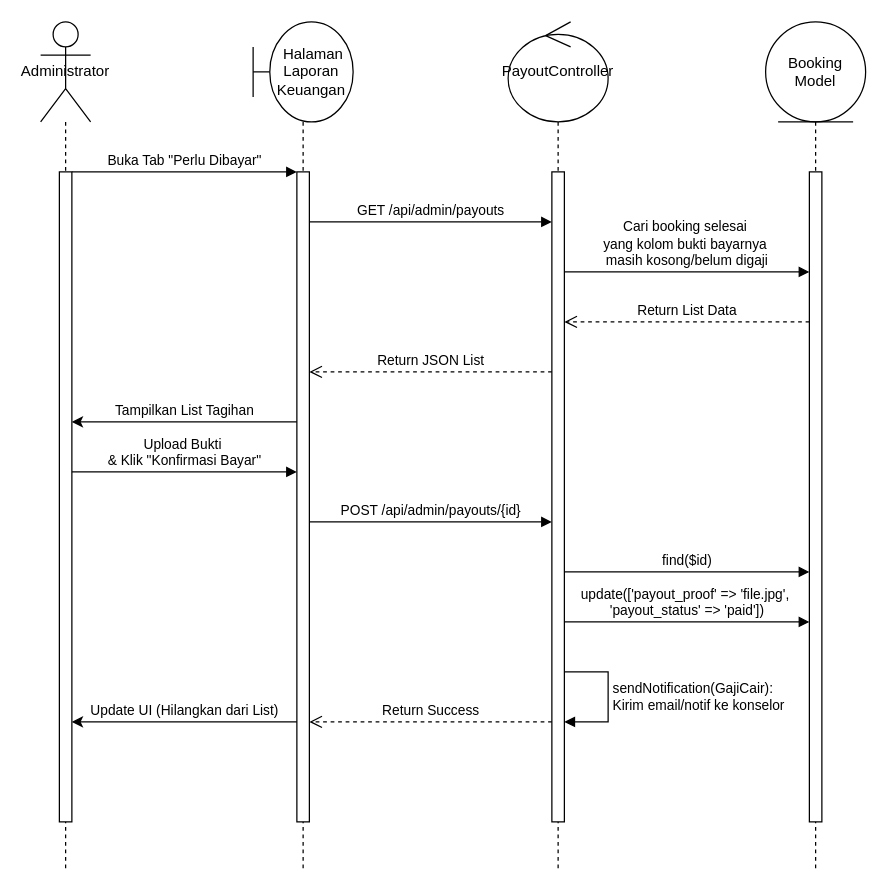
UlulAzmiALatala/moodly-app keeps this draw.io diagram as Pengelolaan Payout (Gaji Konselor).drawio. Above is the earlier version. Source tidied: cells renumbered, new cells numbered last; positions are measured from the earlier drawing's top-left corner, leaving out a move shared by most shapes. Both pictures are drawn from the tidied source at 125%, with x=0, y=0 at pixel (40, 21).
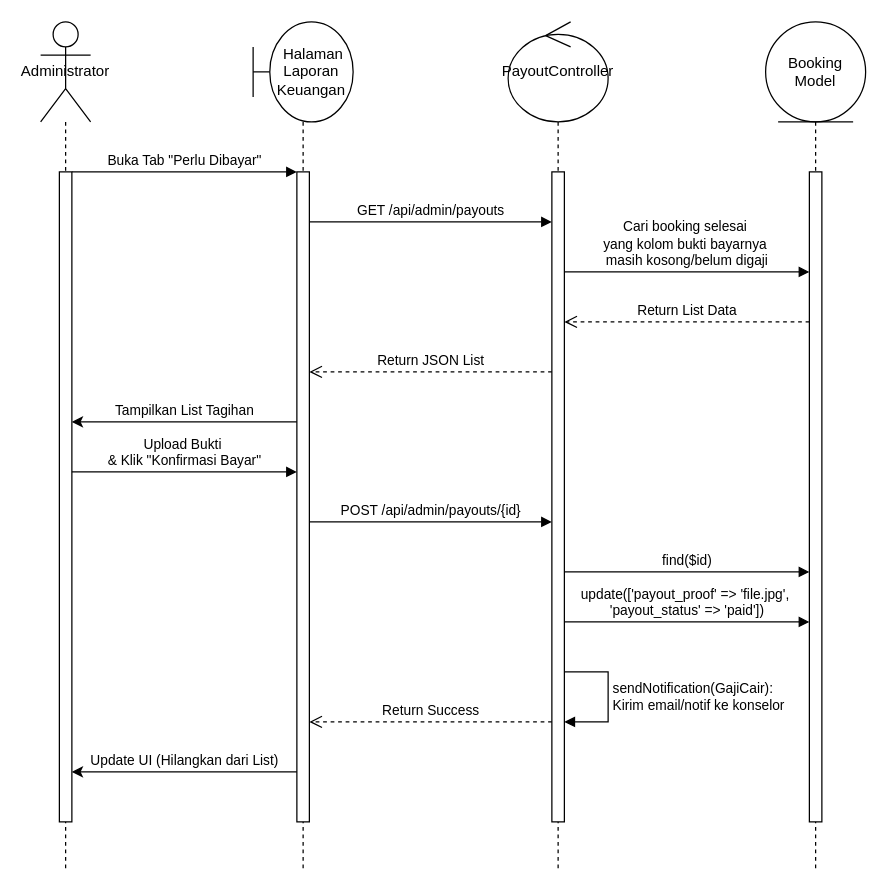
Above is the later version.

Unchanged cells that the change refers to:
```xml
<mxCell id="3" style="html=1;points=[[0,0,0,0,5],[0,1,0,0,-5],[1,0,0,0,5],[1,1,0,0,-5]];perimeter=orthogonalPerimeter;outlineConnect=0;targetShapes=umlLifeline;portConstraint=eastwest;newEdgeStyle={&quot;curved&quot;:0,&quot;rounded&quot;:0};" parent="2" vertex="1">
  <mxGeometry x="15" y="120" width="10" height="520" as="geometry" />
</mxCell>
<mxCell id="5" style="html=1;points=[[0,0,0,0,5],[0,1,0,0,-5],[1,0,0,0,5],[1,1,0,0,-5]];perimeter=orthogonalPerimeter;outlineConnect=0;targetShapes=umlLifeline;portConstraint=eastwest;newEdgeStyle={&quot;curved&quot;:0,&quot;rounded&quot;:0};" parent="4" vertex="1">
  <mxGeometry x="35" y="120" width="10" height="520" as="geometry" />
</mxCell>
```

The edit, as a diff of the source:
```diff
@@
-    <mxCell id="21" value="Update UI (Hilangkan dari List)" style="html=1;verticalAlign=bottom;endArrow=none;curved=0;rounded=0;endFill=0;startArrow=classic;startFill=1;" parent="1" edge="1" source="3" target="5">
+    <mxCell id="21" value="Update UI (Hilangkan dari List)" style="html=1;verticalAlign=bottom;endArrow=none;curved=0;rounded=0;endFill=0;startArrow=classic;startFill=1;" parent="1" edge="1">
       <mxGeometry relative="1" as="geometry">
+        <mxPoint x="25" y="600" as="sourcePoint" />
+        <mxPoint x="205" y="600" as="targetPoint" />
         <Array as="points">
-          <mxPoint x="130" y="560" />
+          <mxPoint x="130" y="600" />
         </Array>
       </mxGeometry>
     </mxCell>
```
